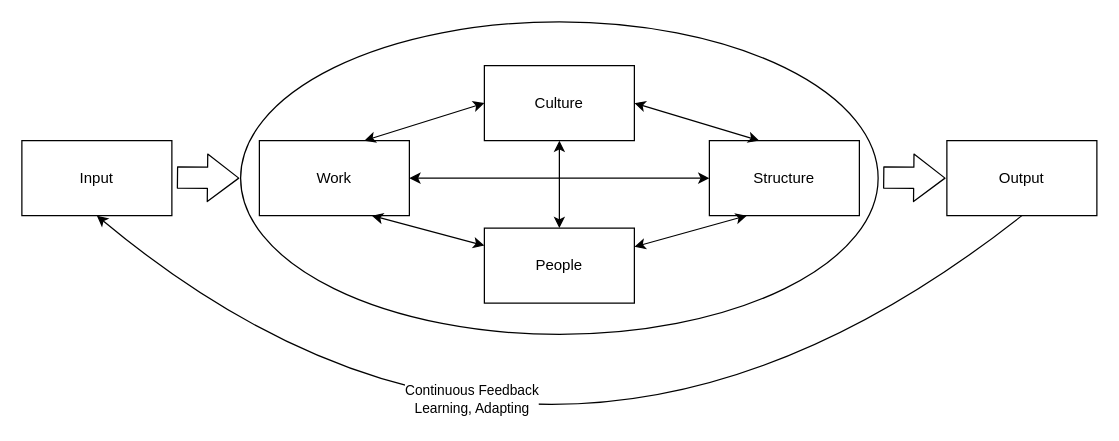
ryandawsonuk/diagrams keeps this draw.io diagram as organizational behaviour.drawio. Above is the earlier version. Source tidied: cells renumbered, new cells numbered last; positions are measured from the earlier drawing's top-left corner, leaving out a move shared by most shapes. Both pictures are drawn from the tidied source at 125%, with x=0, y=0 at pixel (21, 21).
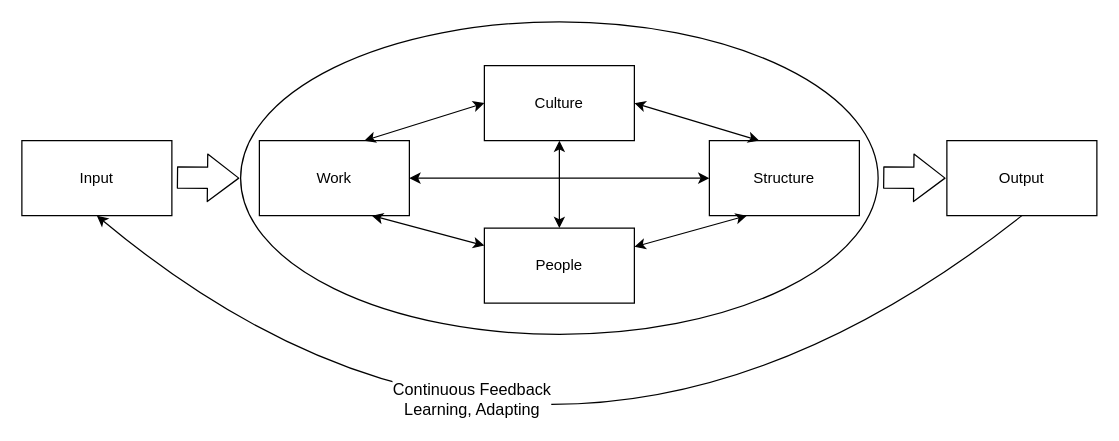
The same diagram, later.

The change refers to these unchanged cells:
```xml
<mxCell id="11" style="curved=1;endArrow=classic;html=1;exitX=0.5;exitY=1;exitDx=0;exitDy=0;entryX=0.5;entryY=1;entryDx=0;entryDy=0;" parent="1" edge="1" source="8" target="7">
  <mxGeometry relative="1" as="geometry">
    <Array as="points">
      <mxPoint x="420" y="455" />
    </Array>
  </mxGeometry>
</mxCell>
```

Change to the diagram source:
```diff
@@
-    <mxCell id="12" value="Continuous Feedback&lt;br&gt;Learning, Adapting" style="edgeLabel;html=1;align=center;verticalAlign=middle;" parent="11" vertex="1">
+    <mxCell id="12" value="Continuous Feedback&lt;br style=&quot;font-size: 13px;&quot;&gt;Learning, Adapting" style="edgeLabel;html=1;align=center;verticalAlign=middle;fontSize=13;" parent="11" vertex="1">
       <mxGeometry x="0.32" y="-79" relative="1" as="geometry" />
     </mxCell>
```
